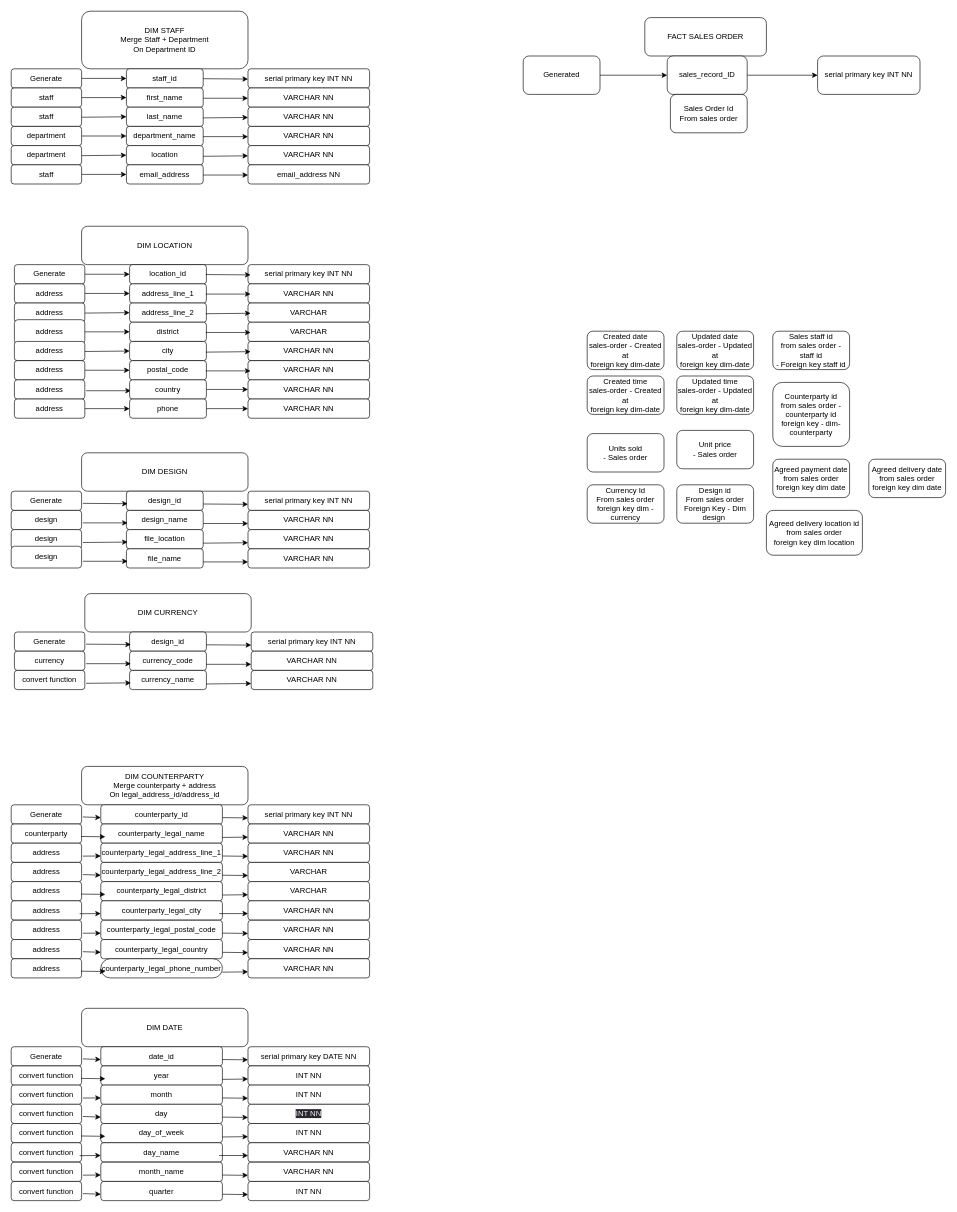
CavemanDan667/de-project keeps this draw.io diagram as diagrams/db-layout.drawio. Above is the earlier version. Source tidied: cells renumbered, new cells numbered last; positions are measured from the earlier drawing's top-left corner, leaving out a move shared by most shapes. Both pictures are drawn from the tidied source at 64%, with x=0, y=0 at pixel (11, 11).
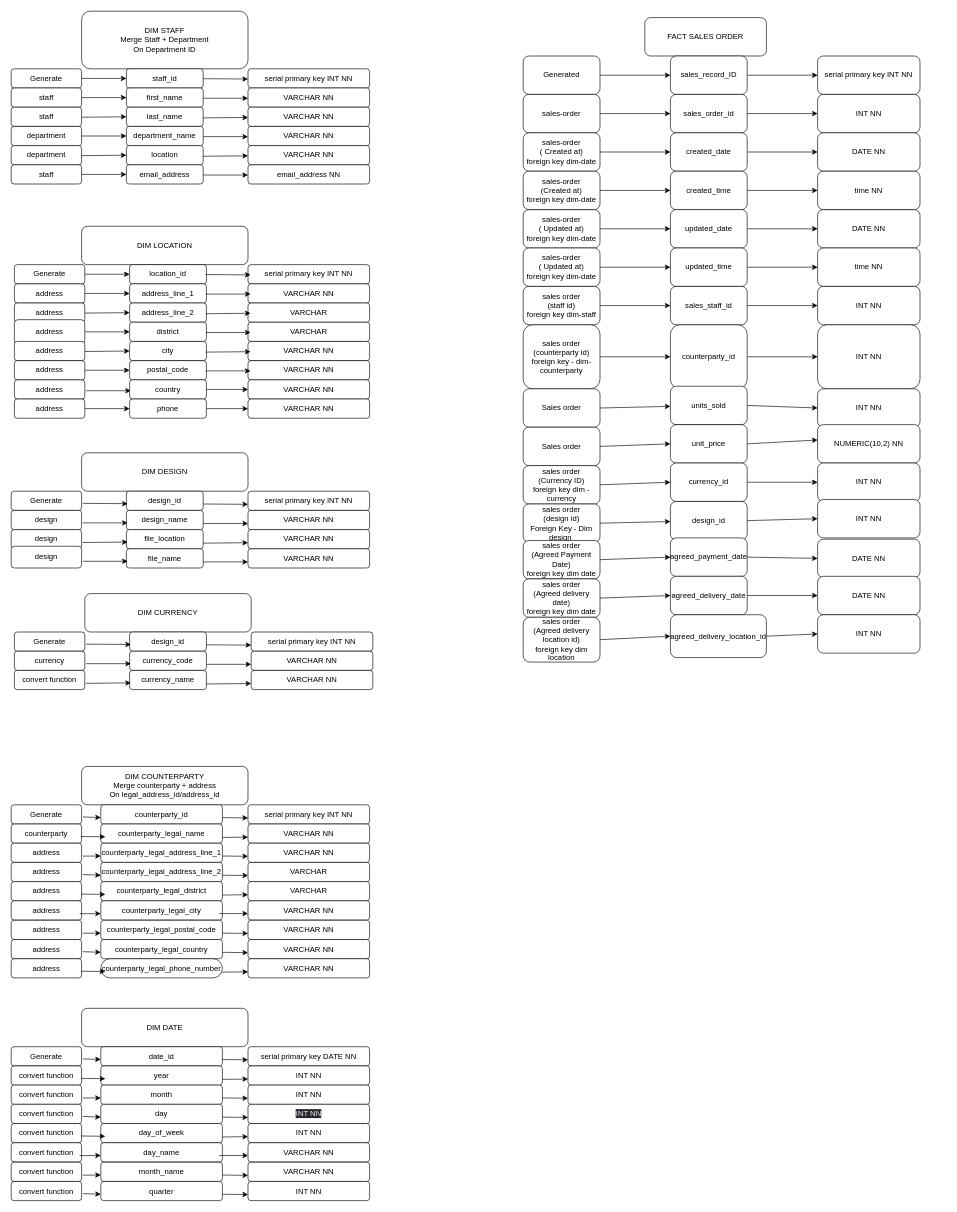
Above is the later version.

Commit message (it also covers changes not shown here):
fact sales order table diagram

What changed in the source:
```diff
@@
     <mxCell id="4" value="sales_record_ID" style="whiteSpace=wrap;html=1;rounded=1;" parent="1" vertex="1">
-      <mxGeometry x="1025" y="70" width="125" height="60" as="geometry" />
+      <mxGeometry x="1030" y="70" width="120" height="60" as="geometry" />
     </mxCell>
+    <mxCell id="218" style="edgeStyle=none;html=1;exitX=1;exitY=0.5;exitDx=0;exitDy=0;entryX=0;entryY=0.5;entryDx=0;entryDy=0;" parent="1" edge="1" source="5" target="234">
+      <mxGeometry relative="1" as="geometry" />
+    </mxCell>
-    <mxCell id="5" value="Sales Order Id&lt;br&gt;From sales order" style="whiteSpace=wrap;html=1;rounded=1;" parent="1" vertex="1">
+    <mxCell id="5" value="sales_order_id" style="whiteSpace=wrap;html=1;rounded=1;" parent="1" vertex="1">
       <mxGeometry x="1030" y="130" width="120" height="60" as="geometry" />
     </mxCell>
+    <mxCell id="219" style="edgeStyle=none;html=1;exitX=1;exitY=0.5;exitDx=0;exitDy=0;entryX=0;entryY=0.5;entryDx=0;entryDy=0;" parent="1" edge="1" source="6" target="237">
+      <mxGeometry relative="1" as="geometry" />
+    </mxCell>
-    <mxCell id="6" value="Created date&lt;br&gt;sales-order - Created at&lt;br&gt;foreign key dim-date" style="rounded=1;whiteSpace=wrap;html=1;" parent="1" vertex="1">
-      <mxGeometry x="900" y="500" width="120" height="60" as="geometry" />
+    <mxCell id="6" value="created_date" style="rounded=1;whiteSpace=wrap;html=1;" parent="1" vertex="1">
+      <mxGeometry x="1030" y="190" width="120" height="60" as="geometry" />
     </mxCell>
+    <mxCell id="220" style="edgeStyle=none;html=1;exitX=1;exitY=0.5;exitDx=0;exitDy=0;entryX=0;entryY=0.5;entryDx=0;entryDy=0;" parent="1" edge="1" source="7" target="243">
+      <mxGeometry relative="1" as="geometry" />
+    </mxCell>
-    <mxCell id="7" value="Created time&lt;br&gt;sales-order - Created at&lt;br&gt;foreign key dim-date" style="rounded=1;whiteSpace=wrap;html=1;" parent="1" vertex="1">
-      <mxGeometry x="900" y="570" width="120" height="60" as="geometry" />
+    <mxCell id="7" value="created_time" style="rounded=1;whiteSpace=wrap;html=1;" parent="1" vertex="1">
+      <mxGeometry x="1030" y="250" width="120" height="60" as="geometry" />
     </mxCell>
+    <mxCell id="221" style="edgeStyle=none;html=1;exitX=1;exitY=0.5;exitDx=0;exitDy=0;entryX=0;entryY=0.5;entryDx=0;entryDy=0;" parent="1" edge="1" source="8" target="240">
+      <mxGeometry relative="1" as="geometry" />
+    </mxCell>
-    <mxCell id="8" value="Updated date&lt;br&gt;sales-order - Updated at&lt;br&gt;foreign key dim-date" style="rounded=1;whiteSpace=wrap;html=1;" parent="1" vertex="1">
-      <mxGeometry x="1040" y="500" width="120" height="60" as="geometry" />
+    <mxCell id="8" value="updated_date" style="rounded=1;whiteSpace=wrap;html=1;" parent="1" vertex="1">
+      <mxGeometry x="1030" y="310" width="120" height="60" as="geometry" />
     </mxCell>
+    <mxCell id="222" style="edgeStyle=none;html=1;exitX=1;exitY=0.5;exitDx=0;exitDy=0;entryX=0;entryY=0.5;entryDx=0;entryDy=0;" parent="1" edge="1" source="9" target="246">
+      <mxGeometry relative="1" as="geometry" />
+    </mxCell>
-    <mxCell id="9" value="Updated time&lt;br&gt;sales-order - Updated at&lt;br&gt;foreign key dim-date" style="rounded=1;whiteSpace=wrap;html=1;" parent="1" vertex="1">
-      <mxGeometry x="1040" y="570" width="120" height="60" as="geometry" />
+    <mxCell id="9" value="updated_time" style="rounded=1;whiteSpace=wrap;html=1;" parent="1" vertex="1">
+      <mxGeometry x="1030" y="370" width="120" height="60" as="geometry" />
     </mxCell>
+    <mxCell id="223" style="edgeStyle=none;html=1;exitX=1;exitY=0.5;exitDx=0;exitDy=0;entryX=0;entryY=0.5;entryDx=0;entryDy=0;" parent="1" edge="1" source="10" target="249">
+      <mxGeometry relative="1" as="geometry" />
+    </mxCell>
-    <mxCell id="10" value="Sales staff id&lt;br&gt;from sales order - staff id&lt;br&gt;- Foreign key staff id" style="rounded=1;whiteSpace=wrap;html=1;" parent="1" vertex="1">
-      <mxGeometry x="1190" y="500" width="120" height="60" as="geometry" />
+    <mxCell id="10" value="sales_staff_id" style="rounded=1;whiteSpace=wrap;html=1;" parent="1" vertex="1">
+      <mxGeometry x="1030" y="430" width="120" height="60" as="geometry" />
     </mxCell>
+    <mxCell id="224" style="edgeStyle=none;html=1;exitX=1;exitY=0.5;exitDx=0;exitDy=0;entryX=0;entryY=0.5;entryDx=0;entryDy=0;" parent="1" edge="1" source="11" target="252">
+      <mxGeometry relative="1" as="geometry" />
+    </mxCell>
-    <mxCell id="11" value="Counterparty id&lt;br&gt;from sales order - counterparty id&lt;br&gt;foreign key - dim-counterparty" style="rounded=1;whiteSpace=wrap;html=1;" parent="1" vertex="1">
-      <mxGeometry x="1190" y="580" width="120" height="100" as="geometry" />
+    <mxCell id="11" value="counterparty_id" style="rounded=1;whiteSpace=wrap;html=1;" parent="1" vertex="1">
+      <mxGeometry x="1030" y="490" width="120" height="100" as="geometry" />
     </mxCell>
+    <mxCell id="225" style="edgeStyle=none;html=1;exitX=1;exitY=0.5;exitDx=0;exitDy=0;entryX=0;entryY=0.5;entryDx=0;entryDy=0;" parent="1" edge="1" source="12" target="257">
+      <mxGeometry relative="1" as="geometry" />
+    </mxCell>
-    <mxCell id="12" value="Units sold&lt;br&gt;- Sales order" style="rounded=1;whiteSpace=wrap;html=1;" parent="1" vertex="1">
-      <mxGeometry x="900" y="660" width="120" height="60" as="geometry" />
+    <mxCell id="12" value="units_sold" style="rounded=1;whiteSpace=wrap;html=1;" parent="1" vertex="1">
+      <mxGeometry x="1030" y="586" width="120" height="60" as="geometry" />
     </mxCell>
+    <mxCell id="226" style="edgeStyle=none;html=1;exitX=1;exitY=0.5;exitDx=0;exitDy=0;entryX=0;entryY=0.4;entryDx=0;entryDy=0;entryPerimeter=0;" parent="1" edge="1" source="13" target="258">
+      <mxGeometry relative="1" as="geometry" />
+    </mxCell>
-    <mxCell id="13" value="Unit price&lt;br&gt;- Sales order" style="rounded=1;whiteSpace=wrap;html=1;" parent="1" vertex="1">
-      <mxGeometry x="1040" y="655" width="120" height="60" as="geometry" />
+    <mxCell id="13" value="unit_price" style="rounded=1;whiteSpace=wrap;html=1;" parent="1" vertex="1">
+      <mxGeometry x="1030" y="646" width="120" height="60" as="geometry" />
     </mxCell>
+    <mxCell id="227" style="edgeStyle=none;html=1;exitX=1;exitY=0.5;exitDx=0;exitDy=0;entryX=0;entryY=0.5;entryDx=0;entryDy=0;" parent="1" edge="1" source="14" target="269">
+      <mxGeometry relative="1" as="geometry" />
+    </mxCell>
-    <mxCell id="14" value="Currency Id&lt;br&gt;From sales order&lt;br&gt;foreign key dim -currency" style="rounded=1;whiteSpace=wrap;html=1;" parent="1" vertex="1">
-      <mxGeometry x="900" y="740" width="120" height="60" as="geometry" />
+    <mxCell id="14" value="currency_id" style="rounded=1;whiteSpace=wrap;html=1;" parent="1" vertex="1">
+      <mxGeometry x="1030" y="706" width="120" height="60" as="geometry" />
     </mxCell>
+    <mxCell id="228" style="edgeStyle=none;html=1;exitX=1;exitY=0.5;exitDx=0;exitDy=0;entryX=0;entryY=0.5;entryDx=0;entryDy=0;" parent="1" edge="1" source="15" target="270">
+      <mxGeometry relative="1" as="geometry" />
+    </mxCell>
-    <mxCell id="15" value="Design id&lt;br&gt;From sales order&lt;br&gt;Foreign Key - Dim design&amp;nbsp;" style="rounded=1;whiteSpace=wrap;html=1;" parent="1" vertex="1">
-      <mxGeometry x="1040" y="740" width="120" height="60" as="geometry" />
+    <mxCell id="15" value="design_id" style="rounded=1;whiteSpace=wrap;html=1;" parent="1" vertex="1">
+      <mxGeometry x="1030" y="766" width="120" height="60" as="geometry" />
     </mxCell>
+    <mxCell id="229" style="edgeStyle=none;html=1;exitX=1;exitY=0.5;exitDx=0;exitDy=0;entryX=0;entryY=0.5;entryDx=0;entryDy=0;" parent="1" edge="1" source="16" target="271">
+      <mxGeometry relative="1" as="geometry" />
+    </mxCell>
-    <mxCell id="16" value="Agreed payment date&lt;br&gt;from sales order&lt;br&gt;foreign key dim date" style="rounded=1;whiteSpace=wrap;html=1;" parent="1" vertex="1">
-      <mxGeometry x="1190" y="700" width="120" height="60" as="geometry" />
+    <mxCell id="16" value="agreed_payment_date" style="rounded=1;whiteSpace=wrap;html=1;" parent="1" vertex="1">
+      <mxGeometry x="1030" y="823" width="120" height="60" as="geometry" />
     </mxCell>
+    <mxCell id="230" style="edgeStyle=none;html=1;exitX=1;exitY=0.5;exitDx=0;exitDy=0;entryX=0;entryY=0.5;entryDx=0;entryDy=0;" parent="1" edge="1" source="17" target="272">
+      <mxGeometry relative="1" as="geometry" />
+    </mxCell>
-    <mxCell id="17" value="Agreed delivery date&lt;br&gt;from sales order&lt;br&gt;foreign key dim date" style="rounded=1;whiteSpace=wrap;html=1;" parent="1" vertex="1">
-      <mxGeometry x="1340" y="700" width="120" height="60" as="geometry" />
+    <mxCell id="17" value="agreed_delivery_date" style="rounded=1;whiteSpace=wrap;html=1;" parent="1" vertex="1">
+      <mxGeometry x="1030" y="883" width="120" height="60" as="geometry" />
     </mxCell>
+    <mxCell id="231" style="edgeStyle=none;html=1;exitX=1;exitY=0.5;exitDx=0;exitDy=0;entryX=0;entryY=0.5;entryDx=0;entryDy=0;" parent="1" edge="1" source="18" target="273">
+      <mxGeometry relative="1" as="geometry" />
+    </mxCell>
-    <mxCell id="18" value="Agreed delivery location id&lt;br&gt;from sales order&lt;br&gt;foreign key dim location" style="rounded=1;whiteSpace=wrap;html=1;" parent="1" vertex="1">
-      <mxGeometry x="1180" y="780" width="150" height="70" as="geometry" />
+    <mxCell id="18" value="agreed_delivery_location_id" style="rounded=1;whiteSpace=wrap;html=1;" parent="1" vertex="1">
+      <mxGeometry x="1030" y="943" width="150" height="67" as="geometry" />
     </mxCell>
@@
+    <mxCell id="232" style="edgeStyle=none;html=1;exitX=1;exitY=0.5;exitDx=0;exitDy=0;" parent="1" edge="1" source="233" target="5">
+      <mxGeometry relative="1" as="geometry" />
+    </mxCell>
+    <mxCell id="233" value="sales-order" style="whiteSpace=wrap;html=1;rounded=1;" parent="1" vertex="1">
+      <mxGeometry x="800" y="130" width="120" height="60" as="geometry" />
+    </mxCell>
+    <mxCell id="234" value="INT NN" style="whiteSpace=wrap;html=1;rounded=1;" parent="1" vertex="1">
+      <mxGeometry x="1260" y="130" width="160" height="60" as="geometry" />
+    </mxCell>
+    <mxCell id="235" style="edgeStyle=none;html=1;exitX=1;exitY=0.5;exitDx=0;exitDy=0;entryX=0;entryY=0.5;entryDx=0;entryDy=0;" parent="1" edge="1" source="236" target="6">
+      <mxGeometry relative="1" as="geometry" />
+    </mxCell>
+    <mxCell id="236" value="sales-order&lt;br&gt;( Created at)&lt;br&gt;foreign key dim-date" style="rounded=1;whiteSpace=wrap;html=1;" parent="1" vertex="1">
+      <mxGeometry x="800" y="190" width="120" height="60" as="geometry" />
+    </mxCell>
+    <mxCell id="237" value="DATE NN" style="whiteSpace=wrap;html=1;rounded=1;" parent="1" vertex="1">
+      <mxGeometry x="1260" y="190" width="160" height="60" as="geometry" />
+    </mxCell>
+    <mxCell id="238" style="edgeStyle=none;html=1;exitX=1;exitY=0.5;exitDx=0;exitDy=0;entryX=0;entryY=0.5;entryDx=0;entryDy=0;" parent="1" edge="1" source="239" target="8">
+      <mxGeometry relative="1" as="geometry" />
+    </mxCell>
+    <mxCell id="239" value="sales-order&lt;br&gt;( Updated at)&lt;br&gt;foreign key dim-date" style="rounded=1;whiteSpace=wrap;html=1;" parent="1" vertex="1">
+      <mxGeometry x="800" y="310" width="120" height="60" as="geometry" />
+    </mxCell>
+    <mxCell id="240" value="DATE NN" style="whiteSpace=wrap;html=1;rounded=1;" parent="1" vertex="1">
+      <mxGeometry x="1260" y="310" width="160" height="60" as="geometry" />
+    </mxCell>
+    <mxCell id="241" style="edgeStyle=none;html=1;exitX=1;exitY=0.5;exitDx=0;exitDy=0;entryX=0;entryY=0.5;entryDx=0;entryDy=0;" parent="1" edge="1" source="242" target="7">
+      <mxGeometry relative="1" as="geometry" />
+    </mxCell>
+    <mxCell id="242" value="sales-order&lt;br&gt;(Created at)&lt;br&gt;foreign key dim-date" style="rounded=1;whiteSpace=wrap;html=1;" parent="1" vertex="1">
+      <mxGeometry x="800" y="250" width="120" height="60" as="geometry" />
+    </mxCell>
+    <mxCell id="243" value="time NN" style="whiteSpace=wrap;html=1;rounded=1;" parent="1" vertex="1">
+      <mxGeometry x="1260" y="250" width="160" height="60" as="geometry" />
+    </mxCell>
+    <mxCell id="244" style="edgeStyle=none;html=1;exitX=1;exitY=0.5;exitDx=0;exitDy=0;entryX=0;entryY=0.5;entryDx=0;entryDy=0;" parent="1" edge="1" source="245" target="9">
+      <mxGeometry relative="1" as="geometry" />
+    </mxCell>
+    <mxCell id="245" value="sales-order&lt;br&gt;( Updated at)&lt;br&gt;foreign key dim-date" style="rounded=1;whiteSpace=wrap;html=1;" parent="1" vertex="1">
+      <mxGeometry x="800" y="370" width="120" height="60" as="geometry" />
+    </mxCell>
+    <mxCell id="246" value="time NN" style="whiteSpace=wrap;html=1;rounded=1;" parent="1" vertex="1">
+      <mxGeometry x="1260" y="370" width="160" height="60" as="geometry" />
+    </mxCell>
+    <mxCell id="247" style="edgeStyle=none;html=1;exitX=1;exitY=0.5;exitDx=0;exitDy=0;entryX=0;entryY=0.5;entryDx=0;entryDy=0;" parent="1" edge="1" source="248" target="10">
+      <mxGeometry relative="1" as="geometry" />
+    </mxCell>
+    <mxCell id="248" value="sales order&lt;br&gt;(staff id)&lt;br&gt;foreign key dim-staff" style="rounded=1;whiteSpace=wrap;html=1;" parent="1" vertex="1">
+      <mxGeometry x="800" y="430" width="120" height="60" as="geometry" />
+    </mxCell>
+    <mxCell id="249" value="INT NN" style="whiteSpace=wrap;html=1;rounded=1;" parent="1" vertex="1">
+      <mxGeometry x="1260" y="430" width="160" height="60" as="geometry" />
+    </mxCell>
+    <mxCell id="250" style="edgeStyle=none;html=1;exitX=1;exitY=0.5;exitDx=0;exitDy=0;entryX=0;entryY=0.5;entryDx=0;entryDy=0;" parent="1" edge="1" source="251" target="11">
+      <mxGeometry relative="1" as="geometry" />
+    </mxCell>
+    <mxCell id="251" value="sales order&lt;br&gt;(counterparty id)&lt;br&gt;foreign key - dim-counterparty" style="rounded=1;whiteSpace=wrap;html=1;" parent="1" vertex="1">
+      <mxGeometry x="800" y="490" width="120" height="100" as="geometry" />
+    </mxCell>
+    <mxCell id="252" value="INT NN" style="rounded=1;whiteSpace=wrap;html=1;" parent="1" vertex="1">
+      <mxGeometry x="1260" y="490" width="160" height="100" as="geometry" />
+    </mxCell>
+    <mxCell id="253" style="edgeStyle=none;html=1;exitX=1;exitY=0.5;exitDx=0;exitDy=0;" parent="1" edge="1" source="254" target="12">
+      <mxGeometry relative="1" as="geometry" />
+    </mxCell>
+    <mxCell id="254" value="Sales order" style="rounded=1;whiteSpace=wrap;html=1;" parent="1" vertex="1">
+      <mxGeometry x="800" y="590" width="120" height="60" as="geometry" />
+    </mxCell>
+    <mxCell id="255" style="edgeStyle=none;html=1;exitX=1;exitY=0.5;exitDx=0;exitDy=0;entryX=0;entryY=0.5;entryDx=0;entryDy=0;" parent="1" edge="1" source="256" target="13">
+      <mxGeometry relative="1" as="geometry" />
+    </mxCell>
+    <mxCell id="256" value="Sales order" style="rounded=1;whiteSpace=wrap;html=1;" parent="1" vertex="1">
+      <mxGeometry x="800" y="650" width="120" height="60" as="geometry" />
+    </mxCell>
+    <mxCell id="257" value="INT NN" style="rounded=1;whiteSpace=wrap;html=1;" parent="1" vertex="1">
+      <mxGeometry x="1260" y="590" width="160" height="60" as="geometry" />
+    </mxCell>
+    <mxCell id="258" value="NUMERIC(10,2) NN" style="rounded=1;whiteSpace=wrap;html=1;" parent="1" vertex="1">
+      <mxGeometry x="1260" y="646" width="160" height="60" as="geometry" />
+    </mxCell>
+    <mxCell id="259" style="edgeStyle=none;html=1;exitX=1;exitY=0.5;exitDx=0;exitDy=0;entryX=0;entryY=0.5;entryDx=0;entryDy=0;" parent="1" edge="1" source="260" target="14">
+      <mxGeometry relative="1" as="geometry" />
+    </mxCell>
+    <mxCell id="260" value="sales order&lt;br&gt;(Currency ID)&lt;br&gt;foreign key dim -currency" style="rounded=1;whiteSpace=wrap;html=1;" parent="1" vertex="1">
+      <mxGeometry x="800" y="710" width="120" height="60" as="geometry" />
+    </mxCell>
+    <mxCell id="261" style="edgeStyle=none;html=1;exitX=1;exitY=0.5;exitDx=0;exitDy=0;" parent="1" edge="1" source="262" target="15">
+      <mxGeometry relative="1" as="geometry" />
+    </mxCell>
+    <mxCell id="262" value="sales order&lt;br&gt;(design id)&lt;br&gt;Foreign Key - Dim design&amp;nbsp;" style="rounded=1;whiteSpace=wrap;html=1;" parent="1" vertex="1">
+      <mxGeometry x="800" y="770" width="120" height="60" as="geometry" />
+    </mxCell>
+    <mxCell id="263" style="edgeStyle=none;html=1;exitX=1;exitY=0.5;exitDx=0;exitDy=0;entryX=0;entryY=0.5;entryDx=0;entryDy=0;" parent="1" edge="1" source="264" target="16">
+      <mxGeometry relative="1" as="geometry" />
+    </mxCell>
+    <mxCell id="264" value="sales order&lt;br&gt;(Agreed Payment Date)&lt;br&gt;foreign key dim date" style="rounded=1;whiteSpace=wrap;html=1;" parent="1" vertex="1">
+      <mxGeometry x="800" y="827" width="120" height="60" as="geometry" />
+    </mxCell>
+    <mxCell id="265" style="edgeStyle=none;html=1;exitX=1;exitY=0.5;exitDx=0;exitDy=0;entryX=0;entryY=0.5;entryDx=0;entryDy=0;" parent="1" edge="1" source="266" target="17">
+      <mxGeometry relative="1" as="geometry" />
+    </mxCell>
+    <mxCell id="266" value="sales order&lt;br&gt;(Agreed delivery date) &lt;br&gt;foreign key dim date" style="rounded=1;whiteSpace=wrap;html=1;" parent="1" vertex="1">
+      <mxGeometry x="800" y="887" width="120" height="60" as="geometry" />
+    </mxCell>
+    <mxCell id="267" style="edgeStyle=none;html=1;exitX=1;exitY=0.5;exitDx=0;exitDy=0;entryX=0;entryY=0.5;entryDx=0;entryDy=0;" parent="1" edge="1" source="268" target="18">
+      <mxGeometry relative="1" as="geometry" />
+    </mxCell>
+    <mxCell id="268" value="sales order&lt;br&gt;(Agreed delivery location id)&lt;br&gt;foreign key dim location" style="rounded=1;whiteSpace=wrap;html=1;" parent="1" vertex="1">
+      <mxGeometry x="800" y="947" width="120" height="70" as="geometry" />
+    </mxCell>
+    <mxCell id="269" value="INT NN" style="rounded=1;whiteSpace=wrap;html=1;" parent="1" vertex="1">
+      <mxGeometry x="1260" y="706" width="160" height="60" as="geometry" />
+    </mxCell>
+    <mxCell id="270" value="INT NN" style="rounded=1;whiteSpace=wrap;html=1;" parent="1" vertex="1">
+      <mxGeometry x="1260" y="763" width="160" height="60" as="geometry" />
+    </mxCell>
+    <mxCell id="271" value="DATE NN" style="rounded=1;whiteSpace=wrap;html=1;" parent="1" vertex="1">
+      <mxGeometry x="1260" y="825" width="160" height="60" as="geometry" />
+    </mxCell>
+    <mxCell id="272" value="DATE NN" style="rounded=1;whiteSpace=wrap;html=1;" parent="1" vertex="1">
+      <mxGeometry x="1260" y="883" width="160" height="60" as="geometry" />
+    </mxCell>
+    <mxCell id="273" value="INT NN" style="rounded=1;whiteSpace=wrap;html=1;" parent="1" vertex="1">
+      <mxGeometry x="1260" y="943" width="160" height="60" as="geometry" />
+    </mxCell>
```
